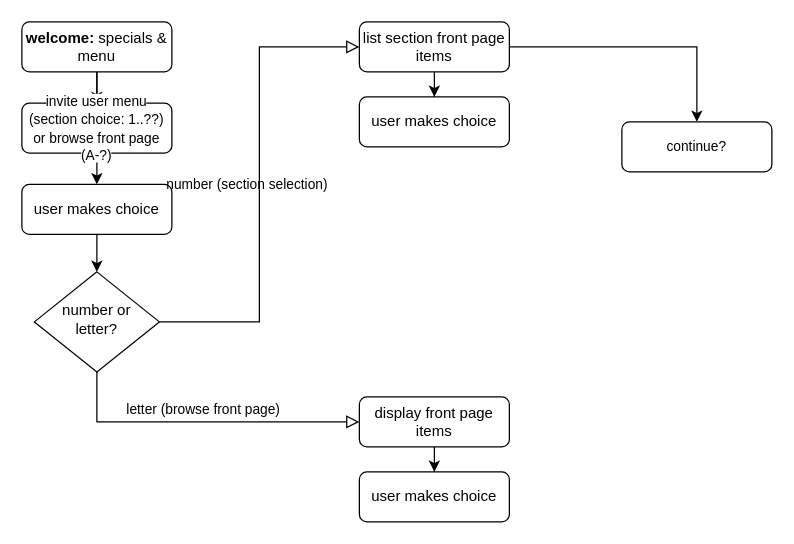
The draw.io diagram almanac.drawio in shacoca/the_code_bucket, before the edit. Source tidied: cells renumbered, new cells numbered last; positions are measured from the earlier drawing's top-left corner, leaving out a move shared by most shapes. Both pictures are drawn from the tidied source at 125%, with x=0, y=0 at pixel (21, 21).
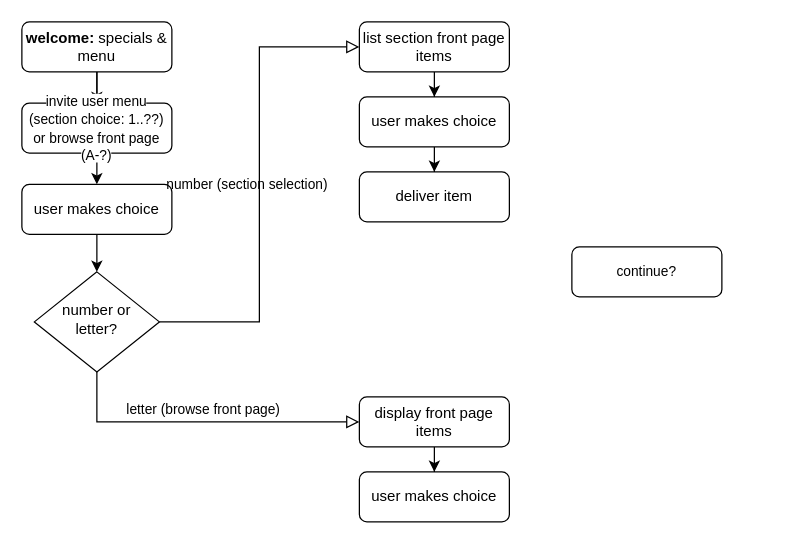
After the change.

What changed in the source:
```diff
@@
 <mxGraphModel>
   <root>
     <mxCell id="0" />
     <mxCell id="1" parent="0" />
     <mxCell id="2" style="edgeStyle=orthogonalEdgeStyle;rounded=0;jettySize=auto;html=1;" parent="1" edge="1" source="4" target="6">
       <mxGeometry relative="1" as="geometry" />
     </mxCell>
     <mxCell id="3" style="edgeStyle=orthogonalEdgeStyle;rounded=0;jettySize=auto;html=1;" parent="1" edge="1" source="4" target="7">
       <mxGeometry relative="1" as="geometry" />
     </mxCell>
     <mxCell id="4" value="&lt;b&gt;welcome:&lt;/b&gt; specials &amp;amp; menu" style="rounded=1;whiteSpace=wrap;html=1;fontSize=12;glass=0;strokeWidth=1;shadow=0;" parent="1" vertex="1">
       <mxGeometry width="120" height="40" as="geometry" />
     </mxCell>
     <mxCell id="5" style="edgeStyle=orthogonalEdgeStyle;rounded=0;jettySize=auto;html=1;entryX=0.5;entryY=0;entryDx=0;entryDy=0;" parent="1" edge="1" source="6" target="8">
       <mxGeometry relative="1" as="geometry" />
     </mxCell>
     <mxCell id="6" value="user makes choice" style="rounded=1;whiteSpace=wrap;html=1;fontSize=12;glass=0;strokeWidth=1;shadow=0;" parent="1" vertex="1">
       <mxGeometry y="130" width="120" height="40" as="geometry" />
     </mxCell>
     <mxCell id="7" value="&lt;span style=&quot;font-size: 11px ; background-color: rgb(255 , 255 , 255)&quot;&gt;invite user menu (section choice: 1..??) or browse front page (A-?)&lt;/span&gt;" style="rounded=1;whiteSpace=wrap;html=1;fontSize=12;glass=0;strokeWidth=1;shadow=0;" parent="1" vertex="1">
       <mxGeometry y="65" width="120" height="40" as="geometry" />
     </mxCell>
     <mxCell id="8" value="number or letter?" style="rhombus;whiteSpace=wrap;html=1;shadow=0;fontFamily=Helvetica;fontSize=12;align=center;strokeWidth=1;spacing=6;spacingTop=-4;" parent="1" vertex="1">
       <mxGeometry x="10" y="200" width="100" height="80" as="geometry" />
     </mxCell>
     <mxCell id="9" value="number (section selection)" style="edgeStyle=orthogonalEdgeStyle;rounded=0;html=1;jettySize=auto;fontSize=11;endArrow=block;endFill=0;endSize=8;strokeWidth=1;shadow=0;labelBackgroundColor=none;exitX=1;exitY=0.5;exitDx=0;exitDy=0;entryX=0;entryY=0.5;entryDx=0;entryDy=0;" parent="1" edge="1" source="8" target="13">
       <mxGeometry y="10" relative="1" as="geometry" />
     </mxCell>
     <mxCell id="10" value="letter (browse front page)" style="edgeStyle=orthogonalEdgeStyle;rounded=0;html=1;jettySize=auto;fontSize=11;endArrow=block;endFill=0;endSize=8;strokeWidth=1;shadow=0;labelBackgroundColor=none;exitX=0.5;exitY=1;exitDx=0;exitDy=0;entryX=0;entryY=0.5;entryDx=0;entryDy=0;" parent="1" edge="1" source="8" target="16">
       <mxGeometry y="10" relative="1" as="geometry" />
     </mxCell>
-    <mxCell id="11" style="edgeStyle=orthogonalEdgeStyle;rounded=0;jettySize=auto;html=1;" parent="1" edge="1" source="13" target="14">
-      <mxGeometry relative="1" as="geometry" />
-    </mxCell>
     <mxCell id="12" style="edgeStyle=orthogonalEdgeStyle;rounded=0;jettySize=auto;html=1;entryX=0.5;entryY=0;entryDx=0;entryDy=0;" parent="1" edge="1" source="13" target="18">
       <mxGeometry relative="1" as="geometry" />
     </mxCell>
     <mxCell id="13" value="list section front page items" style="rounded=1;whiteSpace=wrap;html=1;fontSize=12;glass=0;strokeWidth=1;shadow=0;" parent="1" vertex="1">
       <mxGeometry x="270" width="120" height="40" as="geometry" />
     </mxCell>
     <mxCell id="14" value="&lt;span style=&quot;font-size: 11px ; background-color: rgb(255 , 255 , 255)&quot;&gt;continue?&lt;/span&gt;" style="rounded=1;whiteSpace=wrap;html=1;fontSize=12;glass=0;strokeWidth=1;shadow=0;" parent="1" vertex="1">
-      <mxGeometry x="480" y="80" width="120" height="40" as="geometry" />
+      <mxGeometry x="440" y="180" width="120" height="40" as="geometry" />
     </mxCell>
     <mxCell id="15" style="edgeStyle=orthogonalEdgeStyle;rounded=0;jettySize=auto;html=1;entryX=0.5;entryY=0;entryDx=0;entryDy=0;" parent="1" edge="1" source="16" target="17">
       <mxGeometry relative="1" as="geometry" />
     </mxCell>
     <mxCell id="16" value="display front page items" style="rounded=1;whiteSpace=wrap;html=1;fontSize=12;glass=0;strokeWidth=1;shadow=0;" parent="1" vertex="1">
       <mxGeometry x="270" y="300" width="120" height="40" as="geometry" />
     </mxCell>
     <mxCell id="17" value="user makes choice" style="rounded=1;whiteSpace=wrap;html=1;fontSize=12;glass=0;strokeWidth=1;shadow=0;" parent="1" vertex="1">
       <mxGeometry x="270" y="360" width="120" height="40" as="geometry" />
     </mxCell>
+    <mxCell id="19" style="edgeStyle=orthogonalEdgeStyle;rounded=0;jettySize=auto;html=1;" parent="1" edge="1" source="18" target="20">
+      <mxGeometry relative="1" as="geometry" />
+    </mxCell>
     <mxCell id="18" value="user makes choice" style="rounded=1;whiteSpace=wrap;html=1;fontSize=12;glass=0;strokeWidth=1;shadow=0;" parent="1" vertex="1">
       <mxGeometry x="270" y="60" width="120" height="40" as="geometry" />
     </mxCell>
+    <mxCell id="20" value="deliver item" style="rounded=1;whiteSpace=wrap;html=1;fontSize=12;glass=0;strokeWidth=1;shadow=0;" parent="1" vertex="1">
+      <mxGeometry x="270" y="120" width="120" height="40" as="geometry" />
+    </mxCell>
   </root>
 </mxGraphModel>
```
